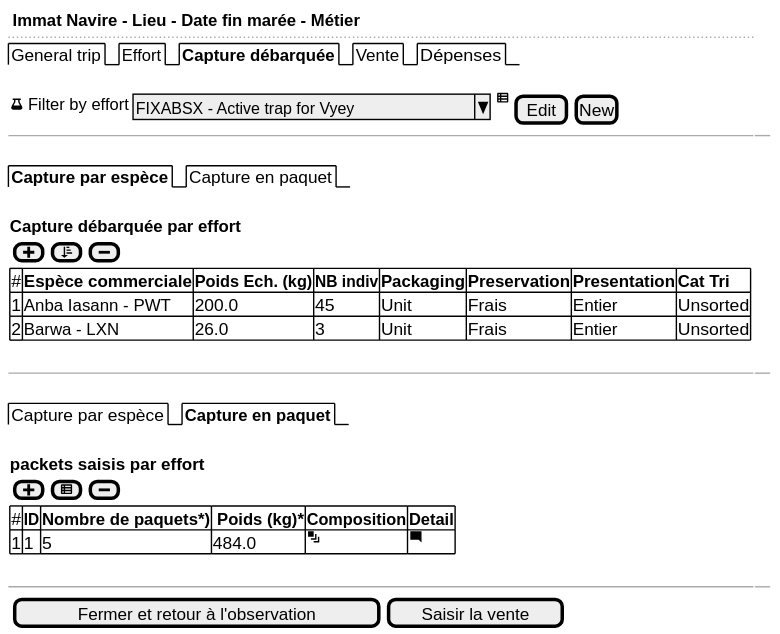
sumaris-net/sumaris-doc keeps this PlantUML diagram as use-case/collect/trip/landing-ui-samples-desktop.svg. Above is the earlier version. Its source is kept beside it as use-case/collect/trip/landing-ui-samples-desktop.puml. Its diagram source:
```plantuml
@startsalt
{
  <b> Immat Navire - Lieu - Date fin marée - Métier
  ..
  {/ General trip | Effort | <b>Capture débarquée | Vente | Dépenses }
  .
  {<&beaker> Filter by effort | { ^FIXABSX - Active trap for Vyey^ } | <&spreadsheet> | [Edit] | [New]}
  -- | --
  .
  {/ <b>Capture par espèce | Capture en paquet }
  .
  {
  <b>Capture débarquée par effort
  {[<&plus>]  | [<&sort-ascending>] | [<&minus>]}

  {#
  # | <b>Espèce commerciale         | <b>Poids Ech. (kg)   | <b>NB indiv | <b>Packaging | <b>Preservation | <b>Presentation | <b>Cat Tri
  1 | Anba Iasann - PWT     | 200.0             | 45 | Unit | Frais | Entier | Unsorted
  2 | Barwa - LXN     | 26.0             | 3 | Unit | Frais | Entier | Unsorted
  }
  }
  .
  -- | --
  .
  {/ Capture par espèce | <b>Capture en paquet }
  .
  {
  <b>packets saisis par effort
  {[<&plus>]  | [<&spreadsheet>] | [<&minus>]}

  {#
  # | <b>ID | <b>Nombre de paquets*)   | <b> Poids (kg)* | <b>Composition | <b>Detail
  1 | 1     | 5             | 484.0 | <&layers> | <&comment-square>
  }
  }
  .
  -- | --
  {{[Fermer et retour à l'observation] | [Saisir la vente]}}
}
@endsalt
```
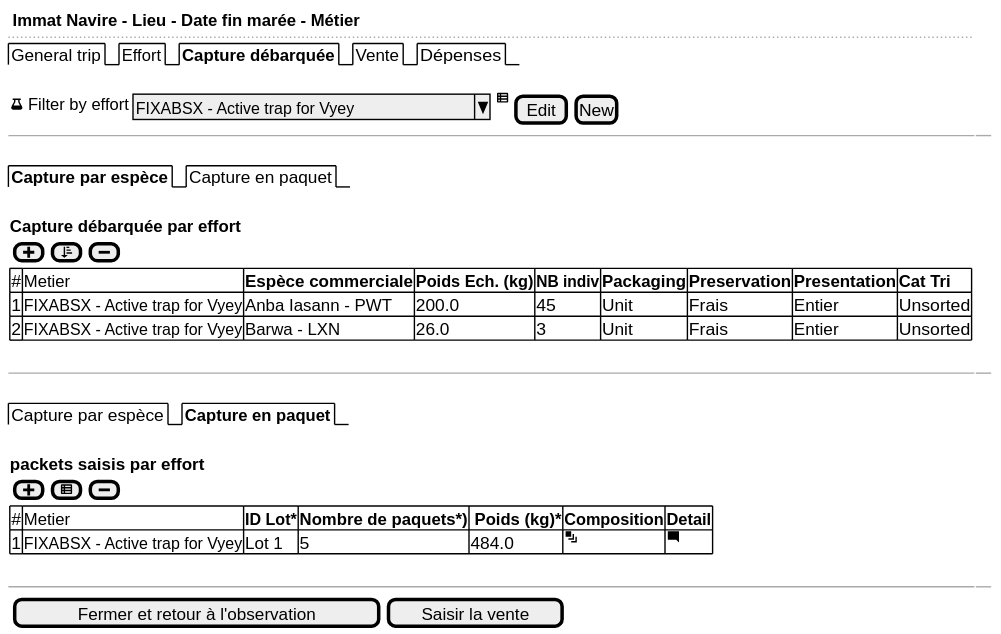
After the change.

Change to the diagram source:
```diff
@@ -14,9 +14,9 @@
   {[<&plus>]  | [<&sort-ascending>] | [<&minus>]}
 
   {#
-  # | <b>Espèce commerciale         | <b>Poids Ech. (kg)   | <b>NB indiv | <b>Packaging | <b>Preservation | <b>Presentation | <b>Cat Tri
-  1 | Anba Iasann - PWT     | 200.0             | 45 | Unit | Frais | Entier | Unsorted
-  2 | Barwa - LXN     | 26.0             | 3 | Unit | Frais | Entier | Unsorted
+  # | Metier                          | <b>Espèce commerciale         | <b>Poids Ech. (kg)   | <b>NB indiv | <b>Packaging | <b>Preservation | <b>Presentation | <b>Cat Tri
+  1 | FIXABSX - Active trap for Vyey  | Anba Iasann - PWT             | 200.0                | 45          | Unit         | Frais           | Entier          | Unsorted
+  2 | FIXABSX - Active trap for Vyey  | Barwa - LXN                   | 26.0                 | 3           | Unit         | Frais           | Entier          | Unsorted
   }
   }
   .
@@ -29,8 +29,8 @@
   {[<&plus>]  | [<&spreadsheet>] | [<&minus>]}
 
   {#
-  # | <b>ID | <b>Nombre de paquets*)   | <b> Poids (kg)* | <b>Composition | <b>Detail
-  1 | 1     | 5             | 484.0 | <&layers> | <&comment-square>
+  # | Metier                          | <b>ID Lot* | <b>Nombre de paquets*)   | <b> Poids (kg)* | <b>Composition | <b>Detail
+  1 | FIXABSX - Active trap for Vyey  | Lot 1      | 5                        | 484.0           | <&layers>      | <&comment-square>
   }
   }
   .
```
